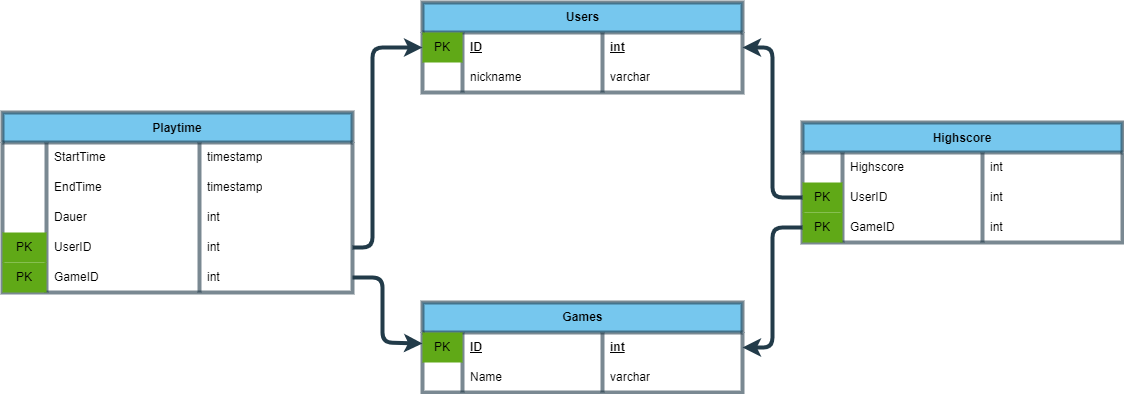
Technikoo/Games keeps this draw.io diagram as SQL/Datenbank.png. Above is the earlier version. Source tidied: cells renumbered, new cells last; positions are measured from the earlier drawing's top-left corner, leaving out a move shared by most shapes.
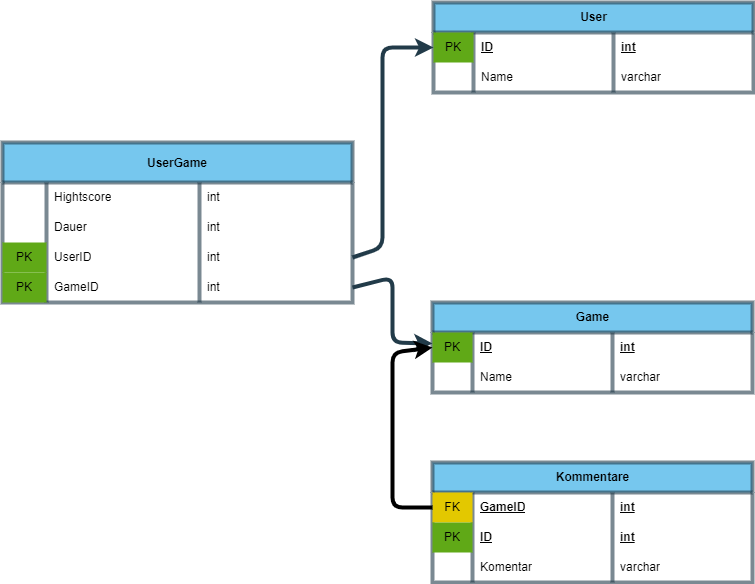
The same file after the commit.

Diff of the diagram source:
```diff
@@ -2,47 +2,8 @@
   <root>
     <mxCell id="0" />
     <mxCell id="1" parent="0" />
-    <mxCell id="2" value="Highscore" style="shape=table;startSize=30;rowLines=0;fontStyle=1;shadow=0;fillColor=#1ba1e2;fontColor=#000000;strokeColor=#223b49;opacity=60;strokeWidth=4;" parent="1" vertex="1">
-      <mxGeometry x="800" y="120" width="320" height="120" as="geometry" />
-    </mxCell>
-    <mxCell id="3" style="shape=tableRow;horizontal=0;startSize=0;swimlaneHead=0;swimlaneBody=0;top=0;left=0;bottom=0;right=0;fillColor=none;points=[[0,0.5],[1,0.5]];portConstraint=eastwest;shadow=0;strokeWidth=4;fontColor=#000000;strokeColor=#223b49;" parent="2" vertex="1">
-      <mxGeometry y="30" width="320" height="30" as="geometry" />
-    </mxCell>
-    <mxCell id="4" style="shape=partialRectangle;html=1;whiteSpace=wrap;fillColor=none;top=0;left=0;bottom=0;right=0;overflow=hidden;shadow=0;fontColor=#000000;strokeColor=#223b49;strokeWidth=4;" parent="3" vertex="1">
-      <mxGeometry width="40" height="30" as="geometry" />
-    </mxCell>
-    <mxCell id="5" value="Highscore" style="shape=partialRectangle;html=1;whiteSpace=wrap;fillColor=none;top=0;left=0;bottom=0;right=0;align=left;spacingLeft=6;overflow=hidden;shadow=0;strokeWidth=4;perimeterSpacing=0;fontColor=#000000;strokeColor=#223b49;" parent="3" vertex="1">
-      <mxGeometry x="40" width="140" height="30" as="geometry" />
-    </mxCell>
-    <mxCell id="6" value="int" style="shape=partialRectangle;html=1;whiteSpace=wrap;fillColor=none;top=0;left=0;bottom=0;right=0;align=left;spacingLeft=6;overflow=hidden;shadow=0;strokeWidth=4;fontColor=#000000;strokeColor=#223b49;" parent="3" vertex="1">
-      <mxGeometry x="180" width="140" height="30" as="geometry" />
-    </mxCell>
-    <mxCell id="7" style="shape=tableRow;horizontal=0;startSize=0;swimlaneHead=0;swimlaneBody=0;top=0;left=0;bottom=0;right=0;fillColor=none;points=[[0,0.5],[1,0.5]];portConstraint=eastwest;shadow=0;strokeWidth=4;fontColor=#000000;strokeColor=#223b49;" parent="2" vertex="1">
-      <mxGeometry y="60" width="320" height="30" as="geometry" />
-    </mxCell>
-    <mxCell id="8" value="PK" style="shape=partialRectangle;html=1;whiteSpace=wrap;top=0;left=0;bottom=0;right=0;overflow=hidden;shadow=0;fillColor=#60a917;fontColor=#000000;strokeColor=#223b49;strokeWidth=4;" parent="7" vertex="1">
-      <mxGeometry width="40" height="30" as="geometry" />
-    </mxCell>
-    <mxCell id="9" value="UserID" style="shape=partialRectangle;html=1;whiteSpace=wrap;fillColor=none;top=0;left=0;bottom=0;right=0;align=left;spacingLeft=6;overflow=hidden;shadow=0;strokeWidth=4;fontColor=#000000;strokeColor=#223b49;" parent="7" vertex="1">
-      <mxGeometry x="40" width="140" height="30" as="geometry" />
-    </mxCell>
-    <mxCell id="10" value="int" style="shape=partialRectangle;html=1;whiteSpace=wrap;fillColor=none;top=0;left=0;bottom=0;right=0;align=left;spacingLeft=6;overflow=hidden;shadow=0;strokeWidth=4;fontColor=#000000;strokeColor=#223b49;" parent="7" vertex="1">
-      <mxGeometry x="180" width="140" height="30" as="geometry" />
-    </mxCell>
-    <mxCell id="11" style="shape=tableRow;horizontal=0;startSize=0;swimlaneHead=0;swimlaneBody=0;top=0;left=0;bottom=0;right=0;fillColor=none;points=[[0,0.5],[1,0.5]];portConstraint=eastwest;shadow=0;strokeWidth=4;fontColor=#000000;strokeColor=#223b49;" parent="2" vertex="1">
-      <mxGeometry y="90" width="320" height="30" as="geometry" />
-    </mxCell>
-    <mxCell id="12" value="PK" style="shape=partialRectangle;html=1;whiteSpace=wrap;top=0;left=0;bottom=0;right=0;overflow=hidden;shadow=0;fillColor=#60a917;fontColor=#000000;strokeColor=#223b49;strokeWidth=4;" parent="11" vertex="1">
-      <mxGeometry width="40" height="30" as="geometry" />
-    </mxCell>
-    <mxCell id="13" value="GameID" style="shape=partialRectangle;html=1;whiteSpace=wrap;fillColor=none;top=0;left=0;bottom=0;right=0;align=left;spacingLeft=6;overflow=hidden;shadow=0;strokeWidth=4;fontColor=#000000;strokeColor=#223b49;" parent="11" vertex="1">
-      <mxGeometry x="40" width="140" height="30" as="geometry" />
-    </mxCell>
-    <mxCell id="14" value="int" style="shape=partialRectangle;html=1;whiteSpace=wrap;fillColor=none;top=0;left=0;bottom=0;right=0;align=left;spacingLeft=6;overflow=hidden;shadow=0;strokeWidth=4;fontColor=#000000;strokeColor=#223b49;" parent="11" vertex="1">
-      <mxGeometry x="180" width="140" height="30" as="geometry" />
-    </mxCell>
-    <mxCell id="15" value="Users" style="shape=table;startSize=30;rowLines=0;fontStyle=1;shadow=0;fillColor=#1ba1e2;fontColor=#000000;strokeColor=#223b49;opacity=60;strokeWidth=4;html=1;verticalAlign=middle;" parent="1" vertex="1">
-      <mxGeometry x="420" width="320" height="90" as="geometry" />
+    <mxCell id="15" value="User" style="shape=table;startSize=30;rowLines=0;fontStyle=1;shadow=0;fillColor=#1ba1e2;fontColor=#000000;strokeColor=#223b49;opacity=60;strokeWidth=4;html=1;verticalAlign=middle;" parent="1" vertex="1">
+      <mxGeometry x="421" width="320" height="90" as="geometry" />
     </mxCell>
     <mxCell id="16" style="shape=tableRow;horizontal=0;startSize=0;swimlaneHead=0;swimlaneBody=0;top=0;left=0;bottom=0;right=0;fillColor=none;points=[[0,0.5],[1,0.5]];portConstraint=eastwest;shadow=0;strokeWidth=4;fontColor=#000000;strokeColor=#223b49;" parent="15" vertex="1">
       <mxGeometry y="30" width="320" height="30" as="geometry" />
@@ -62,21 +23,13 @@
     <mxCell id="21" style="shape=partialRectangle;html=1;whiteSpace=wrap;top=0;left=0;bottom=0;right=0;overflow=hidden;shadow=0;fillColor=none;strokeWidth=4;fontColor=#000000;strokeColor=#223b49;" parent="20" vertex="1">
       <mxGeometry width="40" height="30" as="geometry" />
     </mxCell>
-    <mxCell id="22" value="nickname" style="shape=partialRectangle;html=1;whiteSpace=wrap;fillColor=none;top=0;left=0;bottom=0;right=0;align=left;spacingLeft=6;overflow=hidden;shadow=0;strokeWidth=4;fontColor=#000000;strokeColor=#223b49;" parent="20" vertex="1">
+    <mxCell id="22" value="Name" style="shape=partialRectangle;html=1;whiteSpace=wrap;fillColor=none;top=0;left=0;bottom=0;right=0;align=left;spacingLeft=6;overflow=hidden;shadow=0;strokeWidth=4;fontColor=#000000;strokeColor=#223b49;" parent="20" vertex="1">
       <mxGeometry x="40" width="140" height="30" as="geometry" />
     </mxCell>
     <mxCell id="23" value="varchar" style="shape=partialRectangle;html=1;whiteSpace=wrap;fillColor=none;top=0;left=0;bottom=0;right=0;align=left;spacingLeft=6;overflow=hidden;shadow=0;strokeWidth=4;fontColor=#000000;strokeColor=#223b49;" parent="20" vertex="1">
       <mxGeometry x="180" width="140" height="30" as="geometry" />
     </mxCell>
-    <mxCell id="24" style="edgeStyle=none;html=1;entryX=1;entryY=0.5;entryDx=0;entryDy=0;strokeWidth=4;shadow=0;fontColor=#000000;strokeColor=#223b49;" parent="1" edge="1" source="7" target="16">
-      <mxGeometry relative="1" as="geometry">
-        <Array as="points">
-          <mxPoint x="770" y="195" />
-          <mxPoint x="770" y="45" />
-        </Array>
-      </mxGeometry>
-    </mxCell>
-    <mxCell id="25" value="Games" style="shape=table;startSize=30;rowLines=0;fontStyle=1;shadow=0;fillColor=#1ba1e2;fontColor=#000000;strokeColor=#223b49;opacity=60;strokeWidth=4;html=1;verticalAlign=middle;" parent="1" vertex="1">
+    <mxCell id="25" value="Game" style="shape=table;startSize=30;rowLines=0;fontStyle=1;shadow=0;fillColor=#1ba1e2;fontColor=#000000;strokeColor=#223b49;opacity=60;strokeWidth=4;html=1;verticalAlign=middle;" parent="1" vertex="1">
       <mxGeometry x="420" y="300" width="320" height="90" as="geometry" />
     </mxCell>
     <mxCell id="26" style="shape=tableRow;horizontal=0;startSize=0;swimlaneHead=0;swimlaneBody=0;top=0;left=0;bottom=0;right=0;fillColor=none;points=[[0,0.5],[1,0.5]];portConstraint=eastwest;shadow=0;strokeWidth=4;fontColor=#000000;strokeColor=#223b49;" parent="25" vertex="1">
@@ -103,43 +56,23 @@
     <mxCell id="33" value="varchar" style="shape=partialRectangle;html=1;whiteSpace=wrap;fillColor=none;top=0;left=0;bottom=0;right=0;align=left;spacingLeft=6;overflow=hidden;shadow=0;strokeWidth=4;fontColor=#000000;strokeColor=#223b49;" parent="30" vertex="1">
       <mxGeometry x="180" width="140" height="30" as="geometry" />
     </mxCell>
-    <mxCell id="34" style="edgeStyle=none;html=1;entryX=1;entryY=0.5;entryDx=0;entryDy=0;strokeWidth=4;fontColor=#000000;strokeColor=#223b49;" parent="1" edge="1" source="11" target="25">
-      <mxGeometry relative="1" as="geometry">
-        <Array as="points">
-          <mxPoint x="770" y="225" />
-          <mxPoint x="770" y="345" />
-        </Array>
-      </mxGeometry>
-    </mxCell>
-    <mxCell id="35" value="Playtime" style="shape=table;startSize=30;rowLines=0;fontStyle=1;shadow=0;fillColor=#1ba1e2;fontColor=#000000;strokeColor=#223b49;opacity=60;strokeWidth=4;" parent="1" vertex="1">
-      <mxGeometry y="110" width="350" height="180" as="geometry" />
+    <mxCell id="35" value="UserGame" style="shape=table;startSize=40;rowLines=0;fontStyle=1;shadow=0;fillColor=#1ba1e2;fontColor=#000000;strokeColor=#223b49;opacity=60;strokeWidth=4;" parent="1" vertex="1">
+      <mxGeometry x="-10" y="140" width="350" height="160" as="geometry" />
     </mxCell>
     <mxCell id="36" style="shape=tableRow;horizontal=0;startSize=0;swimlaneHead=0;swimlaneBody=0;top=0;left=0;bottom=0;right=0;fillColor=none;shadow=0;strokeWidth=4;fontColor=#000000;strokeColor=#223b49;" parent="35" vertex="1">
-      <mxGeometry y="30" width="350" height="30" as="geometry" />
+      <mxGeometry y="40" width="350" height="30" as="geometry" />
     </mxCell>
     <mxCell id="37" style="shape=partialRectangle;html=1;whiteSpace=wrap;fillColor=none;top=0;left=0;bottom=0;right=0;overflow=hidden;shadow=0;fontColor=#000000;strokeColor=#223b49;strokeWidth=4;" parent="36" vertex="1">
       <mxGeometry width="44" height="30" as="geometry" />
     </mxCell>
-    <mxCell id="38" value="StartTime" style="shape=partialRectangle;html=1;whiteSpace=wrap;fillColor=none;top=0;left=0;bottom=0;right=0;align=left;spacingLeft=6;overflow=hidden;shadow=0;strokeWidth=4;perimeterSpacing=0;fontColor=#000000;strokeColor=#223b49;" parent="36" vertex="1">
+    <mxCell id="38" value="Hightscore" style="shape=partialRectangle;html=1;whiteSpace=wrap;fillColor=none;top=0;left=0;bottom=0;right=0;align=left;spacingLeft=6;overflow=hidden;shadow=0;strokeWidth=4;perimeterSpacing=0;fontColor=#000000;strokeColor=#223b49;" parent="36" vertex="1">
       <mxGeometry x="44" width="153" height="30" as="geometry" />
     </mxCell>
-    <mxCell id="39" value="timestamp" style="shape=partialRectangle;html=1;whiteSpace=wrap;fillColor=none;top=0;left=0;bottom=0;right=0;align=left;spacingLeft=6;overflow=hidden;shadow=0;strokeWidth=4;fontColor=#000000;strokeColor=#223b49;" parent="36" vertex="1">
+    <mxCell id="39" value="int" style="shape=partialRectangle;html=1;whiteSpace=wrap;fillColor=none;top=0;left=0;bottom=0;right=0;align=left;spacingLeft=6;overflow=hidden;shadow=0;strokeWidth=4;fontColor=#000000;strokeColor=#223b49;" parent="36" vertex="1">
       <mxGeometry x="197" width="153" height="30" as="geometry" />
     </mxCell>
-    <mxCell id="40" style="shape=tableRow;horizontal=0;startSize=0;swimlaneHead=0;swimlaneBody=0;top=0;left=0;bottom=0;right=0;fillColor=none;shadow=0;strokeWidth=4;fontColor=#000000;strokeColor=#223b49;" parent="35" vertex="1">
-      <mxGeometry y="60" width="350" height="30" as="geometry" />
-    </mxCell>
-    <mxCell id="41" style="shape=partialRectangle;html=1;whiteSpace=wrap;fillColor=none;top=0;left=0;bottom=0;right=0;overflow=hidden;shadow=0;fontColor=#000000;strokeColor=#223b49;strokeWidth=4;" parent="40" vertex="1">
-      <mxGeometry width="44" height="30" as="geometry" />
-    </mxCell>
-    <mxCell id="42" value="EndTime" style="shape=partialRectangle;html=1;whiteSpace=wrap;fillColor=none;top=0;left=0;bottom=0;right=0;align=left;spacingLeft=6;overflow=hidden;shadow=0;strokeWidth=4;perimeterSpacing=0;fontColor=#000000;strokeColor=#223b49;" parent="40" vertex="1">
-      <mxGeometry x="44" width="153" height="30" as="geometry" />
-    </mxCell>
-    <mxCell id="43" value="timestamp" style="shape=partialRectangle;html=1;whiteSpace=wrap;fillColor=none;top=0;left=0;bottom=0;right=0;align=left;spacingLeft=6;overflow=hidden;shadow=0;strokeWidth=4;fontColor=#000000;strokeColor=#223b49;" parent="40" vertex="1">
-      <mxGeometry x="197" width="153" height="30" as="geometry" />
-    </mxCell>
     <mxCell id="44" style="shape=tableRow;horizontal=0;startSize=0;swimlaneHead=0;swimlaneBody=0;top=0;left=0;bottom=0;right=0;fillColor=none;shadow=0;strokeWidth=4;fontColor=#000000;strokeColor=#223b49;" parent="35" vertex="1">
-      <mxGeometry y="90" width="350" height="30" as="geometry" />
+      <mxGeometry y="70" width="350" height="30" as="geometry" />
     </mxCell>
     <mxCell id="45" style="shape=partialRectangle;html=1;whiteSpace=wrap;fillColor=none;top=0;left=0;bottom=0;right=0;overflow=hidden;shadow=0;fontColor=#000000;strokeColor=#223b49;strokeWidth=4;" parent="44" vertex="1">
       <mxGeometry width="44" height="30" as="geometry" />
@@ -151,7 +84,7 @@
       <mxGeometry x="197" width="153" height="30" as="geometry" />
     </mxCell>
     <mxCell id="48" style="shape=tableRow;horizontal=0;startSize=0;swimlaneHead=0;swimlaneBody=0;top=0;left=0;bottom=0;right=0;fillColor=none;points=[[0,0.5],[1,0.5]];portConstraint=eastwest;shadow=0;strokeWidth=4;fontColor=#000000;strokeColor=#223b49;" parent="35" vertex="1">
-      <mxGeometry y="120" width="350" height="30" as="geometry" />
+      <mxGeometry y="100" width="350" height="30" as="geometry" />
     </mxCell>
     <mxCell id="49" value="PK" style="shape=partialRectangle;html=1;whiteSpace=wrap;top=0;left=0;bottom=0;right=0;overflow=hidden;shadow=0;fillColor=#60a917;fontColor=#000000;strokeColor=#223b49;strokeWidth=4;" parent="48" vertex="1">
       <mxGeometry width="44" height="30" as="geometry" />
@@ -163,7 +96,7 @@
       <mxGeometry x="197" width="153" height="30" as="geometry" />
     </mxCell>
     <mxCell id="52" style="shape=tableRow;horizontal=0;startSize=0;swimlaneHead=0;swimlaneBody=0;top=0;left=0;bottom=0;right=0;fillColor=none;points=[[0,0.5],[1,0.5]];portConstraint=eastwest;shadow=0;strokeWidth=4;fontColor=#000000;strokeColor=#223b49;" parent="35" vertex="1">
-      <mxGeometry y="150" width="350" height="30" as="geometry" />
+      <mxGeometry y="130" width="350" height="30" as="geometry" />
     </mxCell>
     <mxCell id="53" value="PK" style="shape=partialRectangle;html=1;whiteSpace=wrap;top=0;left=0;bottom=0;right=0;overflow=hidden;shadow=0;fillColor=#60a917;fontColor=#000000;strokeColor=#223b49;strokeWidth=4;" parent="52" vertex="1">
       <mxGeometry width="44" height="30" as="geometry" />
@@ -190,5 +123,52 @@
         </Array>
       </mxGeometry>
     </mxCell>
+    <mxCell id="58" value="Kommentare" style="shape=table;startSize=30;rowLines=0;fontStyle=1;shadow=0;fillColor=#1ba1e2;fontColor=#000000;strokeColor=#223b49;opacity=60;strokeWidth=4;html=1;verticalAlign=middle;" parent="1" vertex="1">
+      <mxGeometry x="420" y="460" width="320" height="120" as="geometry" />
+    </mxCell>
+    <mxCell id="3" style="shape=tableRow;horizontal=0;startSize=0;swimlaneHead=0;swimlaneBody=0;top=0;left=0;bottom=0;right=0;fillColor=none;points=[[0,0.5],[1,0.5]];portConstraint=eastwest;shadow=0;strokeWidth=4;fontColor=#000000;strokeColor=#223b49;" parent="58" vertex="1">
+      <mxGeometry y="30" width="320" height="30" as="geometry" />
+    </mxCell>
+    <mxCell id="59" value="FK" style="shape=partialRectangle;html=1;whiteSpace=wrap;fillColor=#e3c800;top=0;left=0;bottom=0;right=0;overflow=hidden;shadow=0;fontColor=#000000;strokeColor=#B09500;strokeWidth=4;perimeterSpacing=2;" parent="3" vertex="1">
+      <mxGeometry width="40" height="30" as="geometry" />
+    </mxCell>
+    <mxCell id="13" value="GameID" style="shape=partialRectangle;html=1;whiteSpace=wrap;fillColor=none;top=0;left=0;bottom=0;right=0;align=left;spacingLeft=6;overflow=hidden;shadow=0;strokeWidth=4;fontStyle=5;labelBorderColor=none;fontColor=#000000;strokeColor=#223b49;" parent="3" vertex="1">
+      <mxGeometry x="40" width="140" height="30" as="geometry" />
+    </mxCell>
+    <mxCell id="60" value="int" style="shape=partialRectangle;html=1;whiteSpace=wrap;fillColor=none;top=0;left=0;bottom=0;right=0;align=left;spacingLeft=6;overflow=hidden;shadow=0;strokeWidth=4;fontStyle=5;labelBorderColor=none;fontColor=#000000;strokeColor=#223b49;" parent="3" vertex="1">
+      <mxGeometry x="180" width="140" height="30" as="geometry" />
+    </mxCell>
+    <mxCell id="7" style="shape=tableRow;horizontal=0;startSize=0;swimlaneHead=0;swimlaneBody=0;top=0;left=0;bottom=0;right=0;fillColor=none;points=[[0,0.5],[1,0.5]];portConstraint=eastwest;shadow=0;strokeWidth=4;fontColor=#000000;strokeColor=#223b49;" parent="58" vertex="1">
+      <mxGeometry y="60" width="320" height="30" as="geometry" />
+    </mxCell>
+    <mxCell id="61" value="PK" style="shape=partialRectangle;html=1;whiteSpace=wrap;fillColor=#60a917;top=0;left=0;bottom=0;right=0;overflow=hidden;shadow=0;fontColor=#000000;strokeColor=#223b49;strokeWidth=4;perimeterSpacing=2;" parent="7" vertex="1">
+      <mxGeometry width="40" height="30" as="geometry" />
+    </mxCell>
+    <mxCell id="62" value="ID" style="shape=partialRectangle;html=1;whiteSpace=wrap;fillColor=none;top=0;left=0;bottom=0;right=0;align=left;spacingLeft=6;overflow=hidden;shadow=0;strokeWidth=4;fontStyle=5;labelBorderColor=none;fontColor=#000000;strokeColor=#223b49;" parent="7" vertex="1">
+      <mxGeometry x="40" width="140" height="30" as="geometry" />
+    </mxCell>
+    <mxCell id="63" value="int" style="shape=partialRectangle;html=1;whiteSpace=wrap;fillColor=none;top=0;left=0;bottom=0;right=0;align=left;spacingLeft=6;overflow=hidden;shadow=0;strokeWidth=4;fontStyle=5;labelBorderColor=none;fontColor=#000000;strokeColor=#223b49;" parent="7" vertex="1">
+      <mxGeometry x="180" width="140" height="30" as="geometry" />
+    </mxCell>
+    <mxCell id="11" style="shape=tableRow;horizontal=0;startSize=0;swimlaneHead=0;swimlaneBody=0;top=0;left=0;bottom=0;right=0;fillColor=none;points=[[0,0.5],[1,0.5]];portConstraint=eastwest;shadow=0;strokeWidth=4;fontColor=#000000;strokeColor=#223b49;" parent="58" vertex="1">
+      <mxGeometry y="90" width="320" height="30" as="geometry" />
+    </mxCell>
+    <mxCell id="64" style="shape=partialRectangle;html=1;whiteSpace=wrap;top=0;left=0;bottom=0;right=0;overflow=hidden;shadow=0;fillColor=none;strokeWidth=4;fontColor=#000000;strokeColor=#223b49;" parent="11" vertex="1">
+      <mxGeometry width="40" height="30" as="geometry" />
+    </mxCell>
+    <mxCell id="65" value="Komentar" style="shape=partialRectangle;html=1;whiteSpace=wrap;fillColor=none;top=0;left=0;bottom=0;right=0;align=left;spacingLeft=6;overflow=hidden;shadow=0;strokeWidth=4;fontColor=#000000;strokeColor=#223b49;" parent="11" vertex="1">
+      <mxGeometry x="40" width="140" height="30" as="geometry" />
+    </mxCell>
+    <mxCell id="66" value="varchar" style="shape=partialRectangle;html=1;whiteSpace=wrap;fillColor=none;top=0;left=0;bottom=0;right=0;align=left;spacingLeft=6;overflow=hidden;shadow=0;strokeWidth=4;fontColor=#000000;strokeColor=#223b49;" parent="11" vertex="1">
+      <mxGeometry x="180" width="140" height="30" as="geometry" />
+    </mxCell>
+    <mxCell id="67" style="edgeStyle=none;html=1;exitX=0;exitY=0.5;exitDx=0;exitDy=0;strokeColor=#000000;entryX=0;entryY=0.5;entryDx=0;entryDy=0;strokeWidth=4;" parent="1" edge="1" source="3" target="25">
+      <mxGeometry relative="1" as="geometry">
+        <Array as="points">
+          <mxPoint x="380" y="505" />
+          <mxPoint x="380" y="350" />
+        </Array>
+      </mxGeometry>
+    </mxCell>
   </root>
 </mxGraphModel>
```
